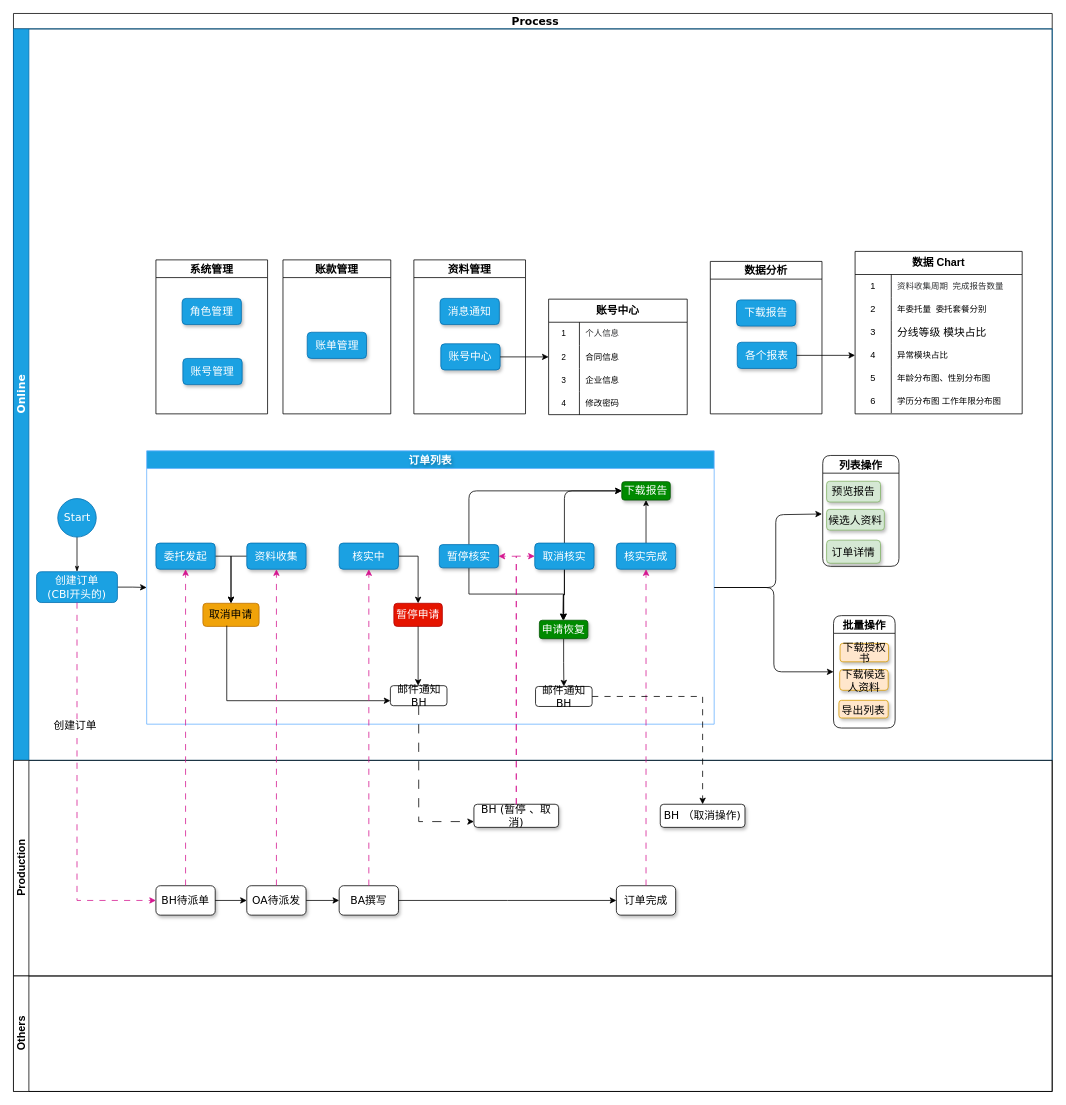
This is 3.drawio from romon-liangbo/draw, a draw.io file, before an edit. Source tidied: cells renumbered, new cells numbered last; positions are measured from the earlier drawing's top-left corner, leaving out a move shared by most shapes. Both pictures are drawn from the tidied source at 77%, with x=0, y=0 at pixel (13, 13).
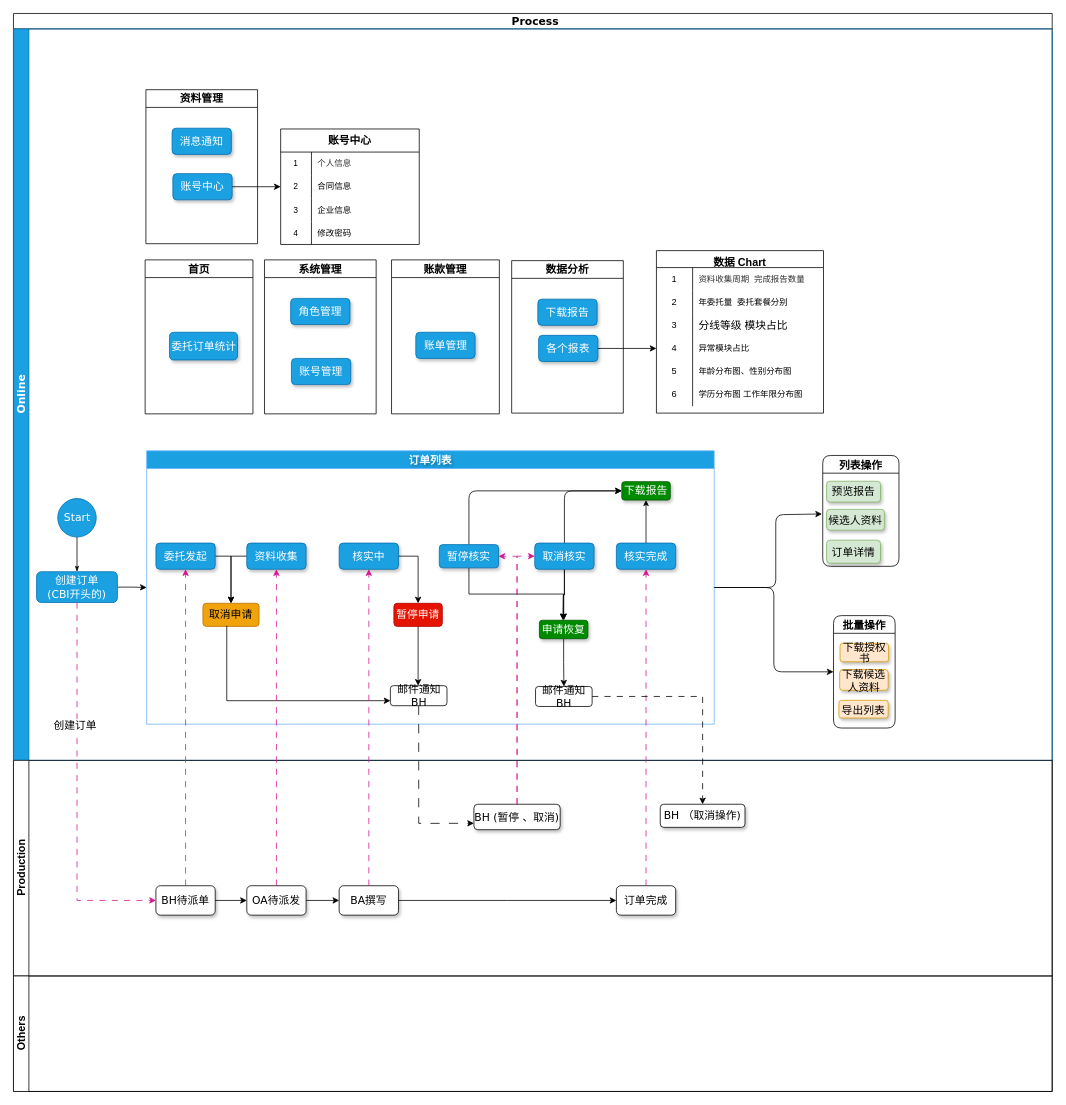
The same diagram, later.

The change refers to these unchanged cells:
```xml
<mxCell id="3" value="&lt;font face=&quot;Verdana&quot; style=&quot;font-size: 14px;&quot;&gt;&lt;b style=&quot;font-size: 14px;&quot;&gt;Online&lt;/b&gt;&lt;/font&gt;" style="swimlane;html=1;startSize=20;horizontal=0;fontSize=14;fontStyle=0;fillColor=#1ba1e2;strokeColor=#006EAF;fontColor=#ffffff;fillStyle=auto;rounded=0;" parent="2" vertex="1">
  <mxGeometry y="20" width="1349" height="950" as="geometry" />
</mxCell>
<mxCell id="60" value="&lt;font style=&quot;font-size: 14px;&quot;&gt;Production&lt;/font&gt;" style="swimlane;html=1;startSize=20;horizontal=0;fontSize=14;" parent="2" vertex="1">
  <mxGeometry y="970" width="1349" height="280" as="geometry" />
</mxCell>
```

What changed in the source:
```diff
@@
     <mxCell id="38" value="系统管理" style="swimlane;whiteSpace=wrap;html=1;fontSize=14;direction=east;" parent="3" vertex="1">
-      <mxGeometry x="185" y="300" width="145" height="200" as="geometry" />
+      <mxGeometry x="326" y="300" width="145" height="200" as="geometry" />
     </mxCell>
@@
     <mxCell id="41" value="账款管理" style="swimlane;whiteSpace=wrap;html=1;startSize=23;fontSize=14;direction=east;" parent="3" vertex="1">
-      <mxGeometry x="350" y="300" width="140" height="200" as="geometry" />
+      <mxGeometry x="491" y="300" width="140" height="200" as="geometry" />
     </mxCell>
@@
     <mxCell id="43" value="资料管理" style="swimlane;whiteSpace=wrap;html=1;fontSize=14;" parent="3" vertex="1">
-      <mxGeometry x="520" y="300" width="145" height="200" as="geometry" />
+      <mxGeometry x="172" y="79" width="145" height="200" as="geometry" />
     </mxCell>
@@
     <mxCell id="46" value="账号中心" style="shape=table;startSize=30;childLayout=tableLayout;rowLines=0;strokeColor=default;horizontal=1;verticalAlign=top;align=center;fontSize=14;fontStyle=1;" parent="3" vertex="1">
-      <mxGeometry x="695" y="351" width="180" height="150" as="geometry" />
+      <mxGeometry x="347" y="130" width="180" height="150" as="geometry" />
     </mxCell>
@@
+    <mxCell id="109" value="首页" style="swimlane;whiteSpace=wrap;html=1;startSize=23;fontSize=14;direction=east;" parent="3" vertex="1">
+      <mxGeometry x="171" y="300" width="140" height="200" as="geometry" />
+    </mxCell>
+    <mxCell id="110" value="委托订单统计" style="rounded=1;whiteSpace=wrap;html=1;shadow=1;labelBackgroundColor=none;strokeWidth=1;fontFamily=Verdana;fontSize=14;align=center;fillColor=#1ba1e2;fontColor=#ffffff;strokeColor=#006EAF;" parent="109" vertex="1">
+      <mxGeometry x="31.5" y="94" width="88.5" height="36" as="geometry" />
+    </mxCell>
@@
     <mxCell id="63" value="BH (暂停 、取消)" style="rounded=1;whiteSpace=wrap;html=1;shadow=1;labelBackgroundColor=none;strokeWidth=1;fontFamily=Verdana;fontSize=14;align=center;" parent="60" vertex="1">
-      <mxGeometry x="598" y="57" width="110" height="30" as="geometry" />
+      <mxGeometry x="598" y="57" width="112" height="33" as="geometry" />
     </mxCell>
@@
     <mxCell id="85" value="数据分析" style="swimlane;whiteSpace=wrap;html=1;fontSize=14;" parent="1" vertex="1">
-      <mxGeometry x="905" y="322" width="145" height="198" as="geometry" />
+      <mxGeometry x="647" y="321" width="145" height="198" as="geometry" />
     </mxCell>
@@
     <mxCell id="87" value="各个报表" style="rounded=1;whiteSpace=wrap;html=1;shadow=1;labelBackgroundColor=none;strokeWidth=1;fontFamily=Verdana;fontSize=14;align=center;fillColor=#1ba1e2;fontColor=#ffffff;strokeColor=#006EAF;" parent="85" vertex="1">
-      <mxGeometry x="35" y="105" width="77" height="34" as="geometry" />
+      <mxGeometry x="35" y="97" width="77" height="34" as="geometry" />
     </mxCell>
-    <mxCell id="88" value="数据 Chart" style="shape=table;startSize=30;childLayout=tableLayout;rowLines=0;strokeColor=default;horizontal=1;verticalAlign=top;align=center;fontSize=14;fontStyle=1;" parent="1" vertex="1">
-      <mxGeometry x="1093" y="309" width="217" height="211" as="geometry" />
+    <mxCell id="88" value="数据 Chart" style="shape=table;startSize=22;childLayout=tableLayout;rowLines=0;strokeColor=default;horizontal=1;verticalAlign=top;align=center;fontSize=14;fontStyle=1;" parent="1" vertex="1">
+      <mxGeometry x="835" y="308" width="217" height="211" as="geometry" />
     </mxCell>
     <mxCell id="89" style="shape=tableRow;horizontal=0;startSize=0;swimlaneHead=0;swimlaneBody=0;top=0;left=0;bottom=0;right=0;fillColor=none;strokeColor=inherit;fontSize=14;" parent="88" vertex="1">
-      <mxGeometry y="30" width="217" height="30" as="geometry" />
+      <mxGeometry y="22" width="217" height="30" as="geometry" />
     </mxCell>
@@
     <mxCell id="92" style="shape=tableRow;horizontal=0;startSize=0;swimlaneHead=0;swimlaneBody=0;top=0;left=0;bottom=0;right=0;fillColor=none;strokeColor=inherit;fontSize=14;" parent="88" vertex="1">
-      <mxGeometry y="60" width="217" height="30" as="geometry" />
+      <mxGeometry y="52" width="217" height="30" as="geometry" />
     </mxCell>
@@
     <mxCell id="95" style="shape=tableRow;horizontal=0;startSize=0;swimlaneHead=0;swimlaneBody=0;top=0;left=0;bottom=0;right=0;fillColor=none;strokeColor=inherit;fontSize=14;" parent="88" vertex="1">
-      <mxGeometry y="90" width="217" height="30" as="geometry" />
+      <mxGeometry y="82" width="217" height="30" as="geometry" />
     </mxCell>
@@
     <mxCell id="98" style="shape=tableRow;horizontal=0;startSize=0;swimlaneHead=0;swimlaneBody=0;top=0;left=0;bottom=0;right=0;fillColor=none;points=[[0,0.5],[1,0.5]];portConstraint=eastwest;strokeColor=inherit;fontSize=14;" parent="88" vertex="1">
-      <mxGeometry y="120" width="217" height="30" as="geometry" />
+      <mxGeometry y="112" width="217" height="30" as="geometry" />
     </mxCell>
@@
     <mxCell id="101" style="shape=tableRow;horizontal=0;startSize=0;swimlaneHead=0;swimlaneBody=0;top=0;left=0;bottom=0;right=0;fillColor=none;strokeColor=inherit;fontSize=14;" parent="88" vertex="1">
-      <mxGeometry y="150" width="217" height="30" as="geometry" />
+      <mxGeometry y="142" width="217" height="30" as="geometry" />
     </mxCell>
@@
     <mxCell id="104" style="shape=tableRow;horizontal=0;startSize=0;swimlaneHead=0;swimlaneBody=0;top=0;left=0;bottom=0;right=0;fillColor=none;strokeColor=inherit;fontSize=14;" parent="88" vertex="1">
-      <mxGeometry y="180" width="217" height="30" as="geometry" />
+      <mxGeometry y="172" width="217" height="30" as="geometry" />
     </mxCell>
```
